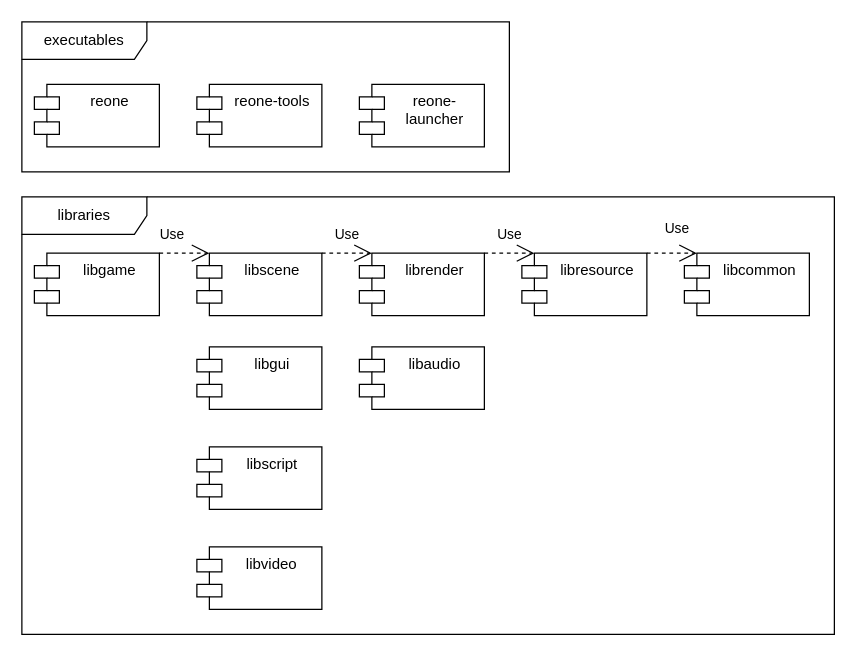
Before: images/modules.drawio in seedhartha/reone, a draw.io diagram. Source tidied: cells renumbered, new cells numbered last; positions are measured from the earlier drawing's top-left corner, leaving out a move shared by most shapes. Both pictures are drawn from the tidied source at 125%, with x=0, y=0 at pixel (21, 21).
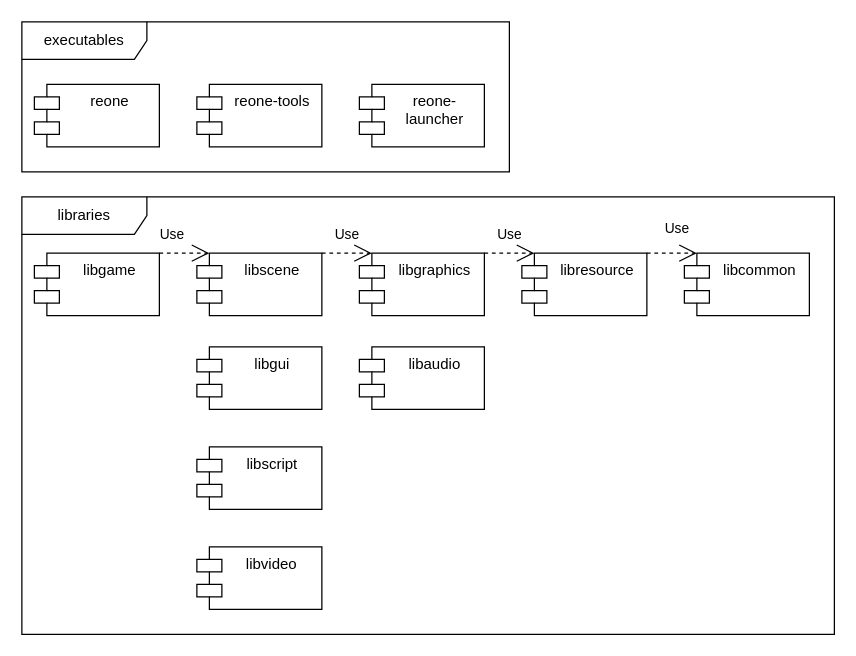
The same diagram, later.

Commit message (it also covers changes not shown here):
Update modules diagram

[ci skip]

The edit, as a diff of the source:
```diff
@@
-    <mxCell id="7" value="librender" style="shape=module;align=left;spacingLeft=20;align=center;verticalAlign=top;html=1;" parent="1" vertex="1">
+    <mxCell id="7" value="libgraphics" style="shape=module;align=left;spacingLeft=20;align=center;verticalAlign=top;html=1;" parent="1" vertex="1">
       <mxGeometry x="270" y="185" width="100" height="50" as="geometry" />
     </mxCell>
```
